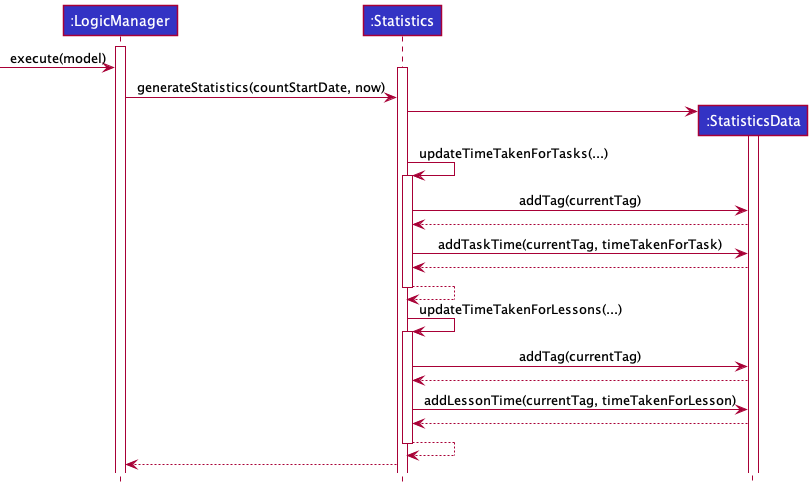
Above: docs/images/StatsDataSequenceDiagram.png in nus-cs2103-AY2021S1/tp (PlantUML), before the change.
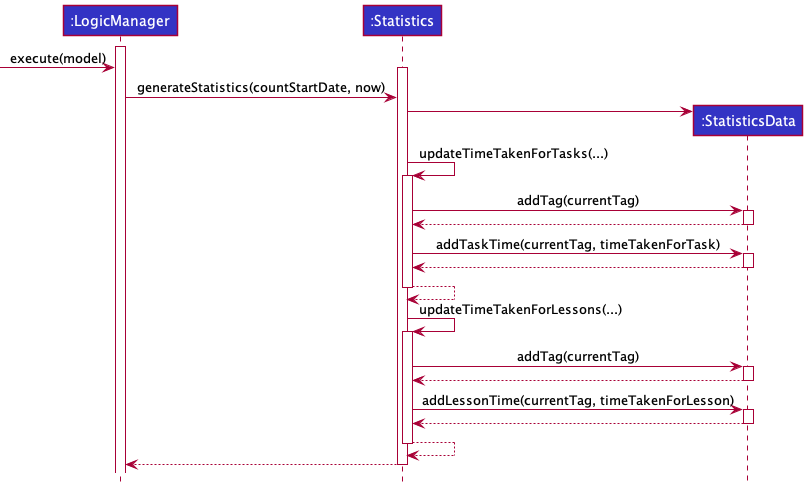
Later version of the same file.

Change to the diagram source:
```diff
@@ -11,21 +11,29 @@
 logic -> stats: generateStatistics(countStartDate, now)
 create std
 stats -> std
-activate std
 stats -> stats: updateTimeTakenForTasks(...)
 activate stats
 stats -> std: addTag(currentTag)
+activate std
 std --> stats
+deactivate std
 stats -> std: addTaskTime(currentTag, timeTakenForTask)
+activate std
 std --> stats
+deactivate std
 return
 stats -> stats: updateTimeTakenForLessons(...)
 
 activate stats
 stats -> std: addTag(currentTag)
+activate std
 std --> stats
+deactivate std
 stats -> std: addLessonTime(currentTag, timeTakenForLesson)
+activate std
 std --> stats
+deactivate std
 return
 stats --> logic
+deactivate stats
 @enduml
```
